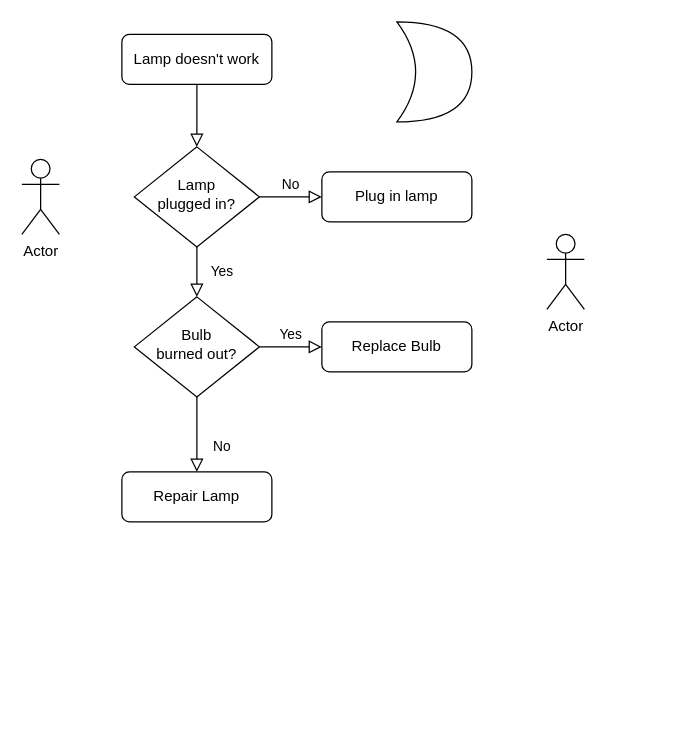
Before: 未命名绘图.drawio in TimoXXXL/Shadyside, a draw.io diagram. Source tidied: cells renumbered, new cells numbered last; positions are measured from the earlier drawing's top-left corner, leaving out a move shared by most shapes. Both pictures are drawn from the tidied source at 125%, with x=0, y=0 at pixel (21, 21).
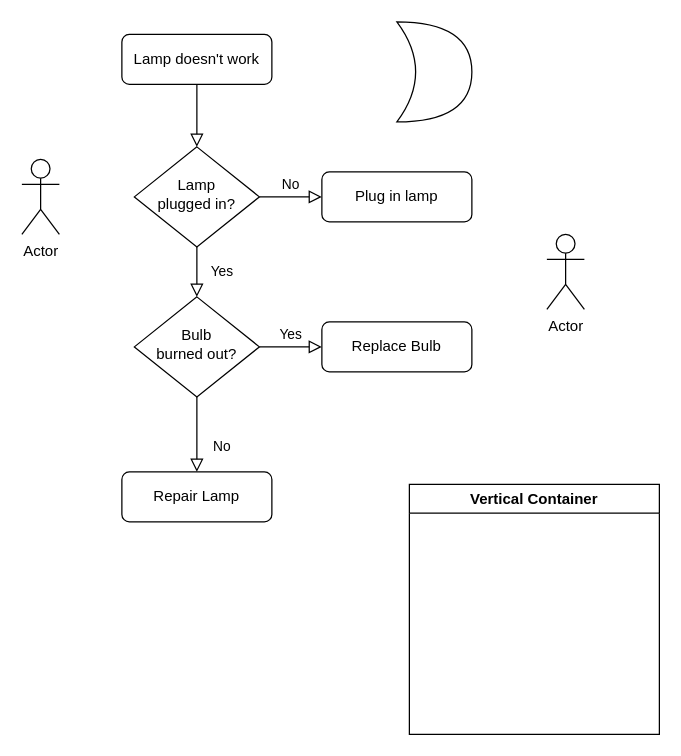
Above is the later version.

Commit message:
更新未命名绘图.drawio

The edit, as a diff of the source:
```diff
@@
 <mxGraphModel>
   <root>
     <mxCell id="0" />
     <mxCell id="1" parent="0" />
     <mxCell id="2" style="rounded=0;html=1;jettySize=auto;fontSize=11;endArrow=block;endFill=0;endSize=8;strokeWidth=1;shadow=0;labelBackgroundColor=none;edgeStyle=orthogonalEdgeStyle;" parent="1" edge="1" source="3" target="6">
       <mxGeometry relative="1" as="geometry" />
     </mxCell>
     <mxCell id="3" value="Lamp doesn't work" style="rounded=1;whiteSpace=wrap;html=1;fontSize=12;glass=0;strokeWidth=1;shadow=0;" parent="1" vertex="1">
       <mxGeometry x="80" y="10" width="120" height="40" as="geometry" />
     </mxCell>
     <mxCell id="4" value="Yes" style="rounded=0;html=1;jettySize=auto;fontSize=11;endArrow=block;endFill=0;endSize=8;strokeWidth=1;shadow=0;labelBackgroundColor=none;edgeStyle=orthogonalEdgeStyle;" parent="1" edge="1" source="6" target="10">
       <mxGeometry y="20" relative="1" as="geometry" />
     </mxCell>
     <mxCell id="5" value="No" style="edgeStyle=orthogonalEdgeStyle;rounded=0;html=1;jettySize=auto;fontSize=11;endArrow=block;endFill=0;endSize=8;strokeWidth=1;shadow=0;labelBackgroundColor=none;" parent="1" edge="1" source="6" target="7">
       <mxGeometry y="10" relative="1" as="geometry" />
     </mxCell>
     <mxCell id="6" value="Lamp&lt;br&gt;plugged in?" style="rhombus;whiteSpace=wrap;html=1;shadow=0;fontFamily=Helvetica;fontSize=12;align=center;strokeWidth=1;spacing=6;spacingTop=-4;" parent="1" vertex="1">
       <mxGeometry x="90" y="100" width="100" height="80" as="geometry" />
     </mxCell>
     <mxCell id="7" value="Plug in lamp" style="rounded=1;whiteSpace=wrap;html=1;fontSize=12;glass=0;strokeWidth=1;shadow=0;" parent="1" vertex="1">
       <mxGeometry x="240" y="120" width="120" height="40" as="geometry" />
     </mxCell>
     <mxCell id="8" value="No" style="rounded=0;html=1;jettySize=auto;fontSize=11;endArrow=block;endFill=0;endSize=8;strokeWidth=1;shadow=0;labelBackgroundColor=none;edgeStyle=orthogonalEdgeStyle;" parent="1" edge="1" source="10" target="11">
       <mxGeometry x="0.33" y="20" relative="1" as="geometry" />
     </mxCell>
     <mxCell id="9" value="Yes" style="edgeStyle=orthogonalEdgeStyle;rounded=0;html=1;jettySize=auto;fontSize=11;endArrow=block;endFill=0;endSize=8;strokeWidth=1;shadow=0;labelBackgroundColor=none;" parent="1" edge="1" source="10" target="12">
       <mxGeometry y="10" relative="1" as="geometry" />
     </mxCell>
     <mxCell id="10" value="Bulb&lt;br&gt;burned out?" style="rhombus;whiteSpace=wrap;html=1;shadow=0;fontFamily=Helvetica;fontSize=12;align=center;strokeWidth=1;spacing=6;spacingTop=-4;" parent="1" vertex="1">
       <mxGeometry x="90" y="220" width="100" height="80" as="geometry" />
     </mxCell>
     <mxCell id="11" value="Repair Lamp" style="rounded=1;whiteSpace=wrap;html=1;fontSize=12;glass=0;strokeWidth=1;shadow=0;" parent="1" vertex="1">
       <mxGeometry x="80" y="360" width="120" height="40" as="geometry" />
     </mxCell>
     <mxCell id="12" value="Replace Bulb" style="rounded=1;whiteSpace=wrap;html=1;fontSize=12;glass=0;strokeWidth=1;shadow=0;" parent="1" vertex="1">
       <mxGeometry x="240" y="240" width="120" height="40" as="geometry" />
     </mxCell>
     <mxCell id="13" value="Actor" style="shape=umlActor;verticalLabelPosition=bottom;verticalAlign=top;html=1;" parent="1" vertex="1">
       <mxGeometry y="110" width="30" height="60" as="geometry" />
     </mxCell>
     <mxCell id="14" style="shape=xor;whiteSpace=wrap;html=1;" parent="1" vertex="1">
       <mxGeometry x="300" width="60" height="80" as="geometry" />
     </mxCell>
     <mxCell id="15" value="Actor" style="shape=umlActor;verticalLabelPosition=bottom;verticalAlign=top;html=1;" parent="1" vertex="1">
       <mxGeometry x="420" y="170" width="30" height="60" as="geometry" />
     </mxCell>
+    <mxCell id="16" value="Vertical Container" style="swimlane;whiteSpace=wrap;html=1;" parent="1" vertex="1">
+      <mxGeometry x="310" y="370" width="200" height="200" as="geometry" />
+    </mxCell>
   </root>
 </mxGraphModel>
```
